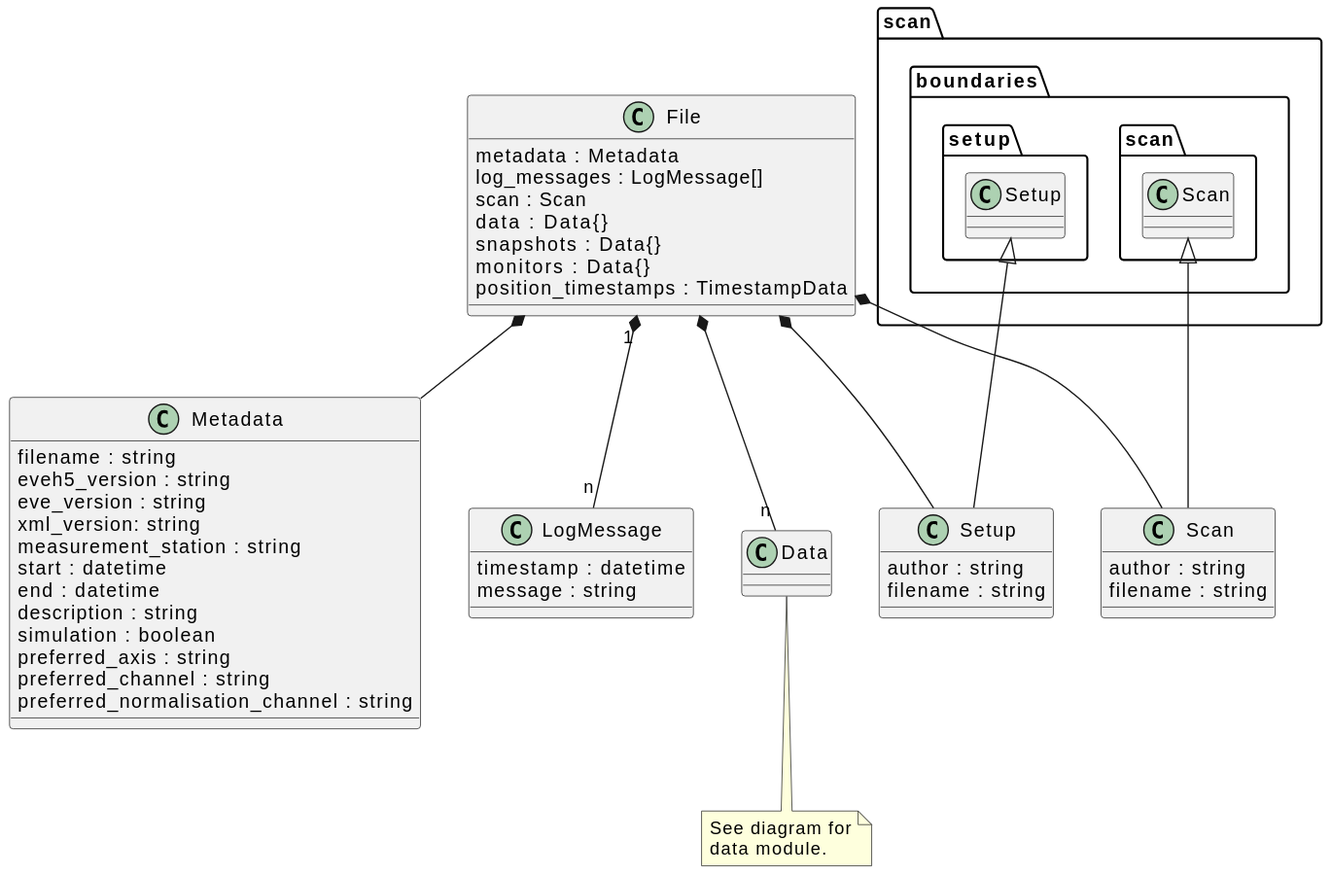
Above: docs/uml/evedata.evefile.entities.file.svg in tillbiskup/evedata (PlantUML), before the change.
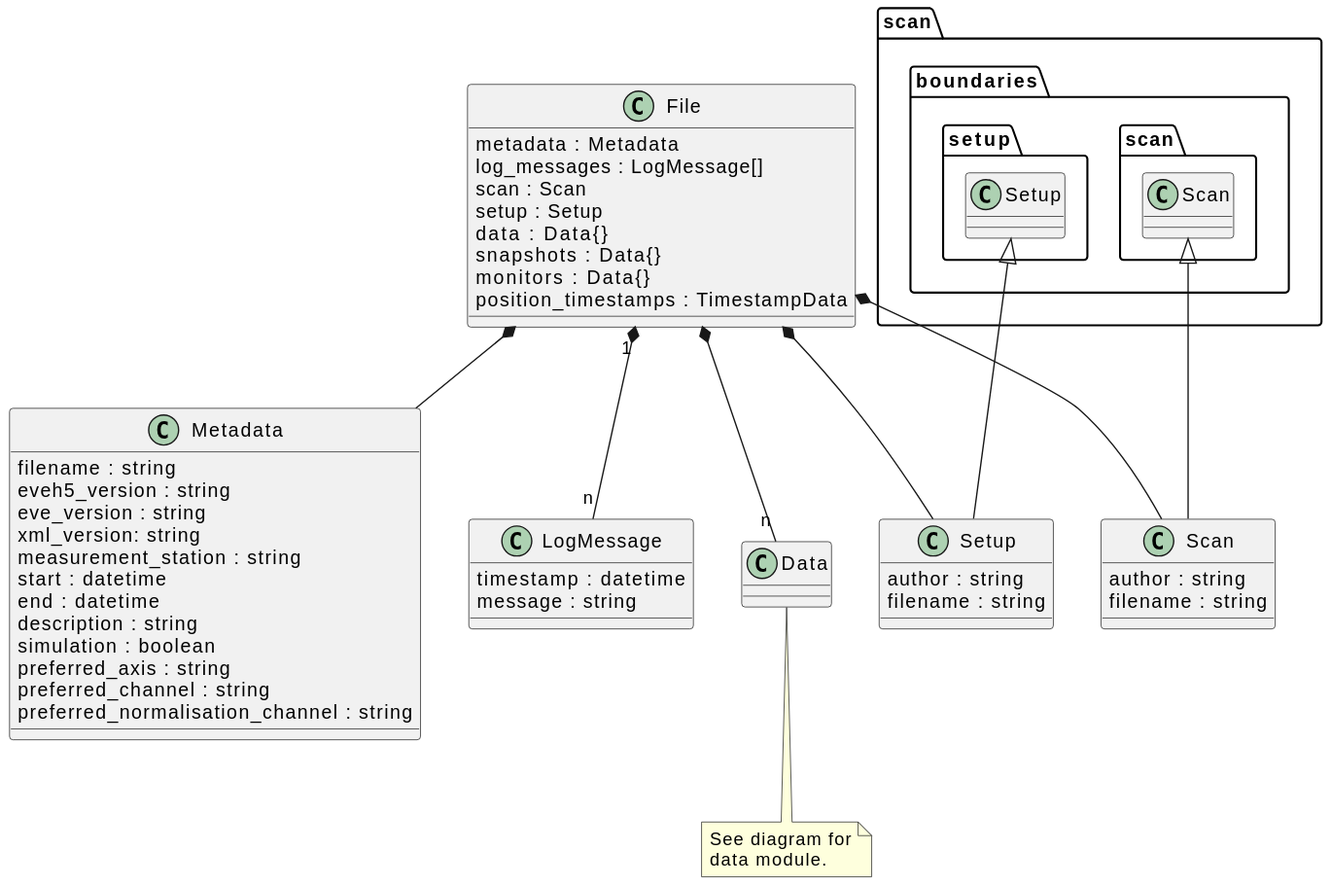
After the change.

What changed in the source:
```diff
@@ -3,6 +3,7 @@
     metadata : Metadata
     log_messages : LogMessage[]
     scan : Scan
+    setup : Setup
     data : Data{}
     snapshots : Data{}
     monitors : Data{}
```
